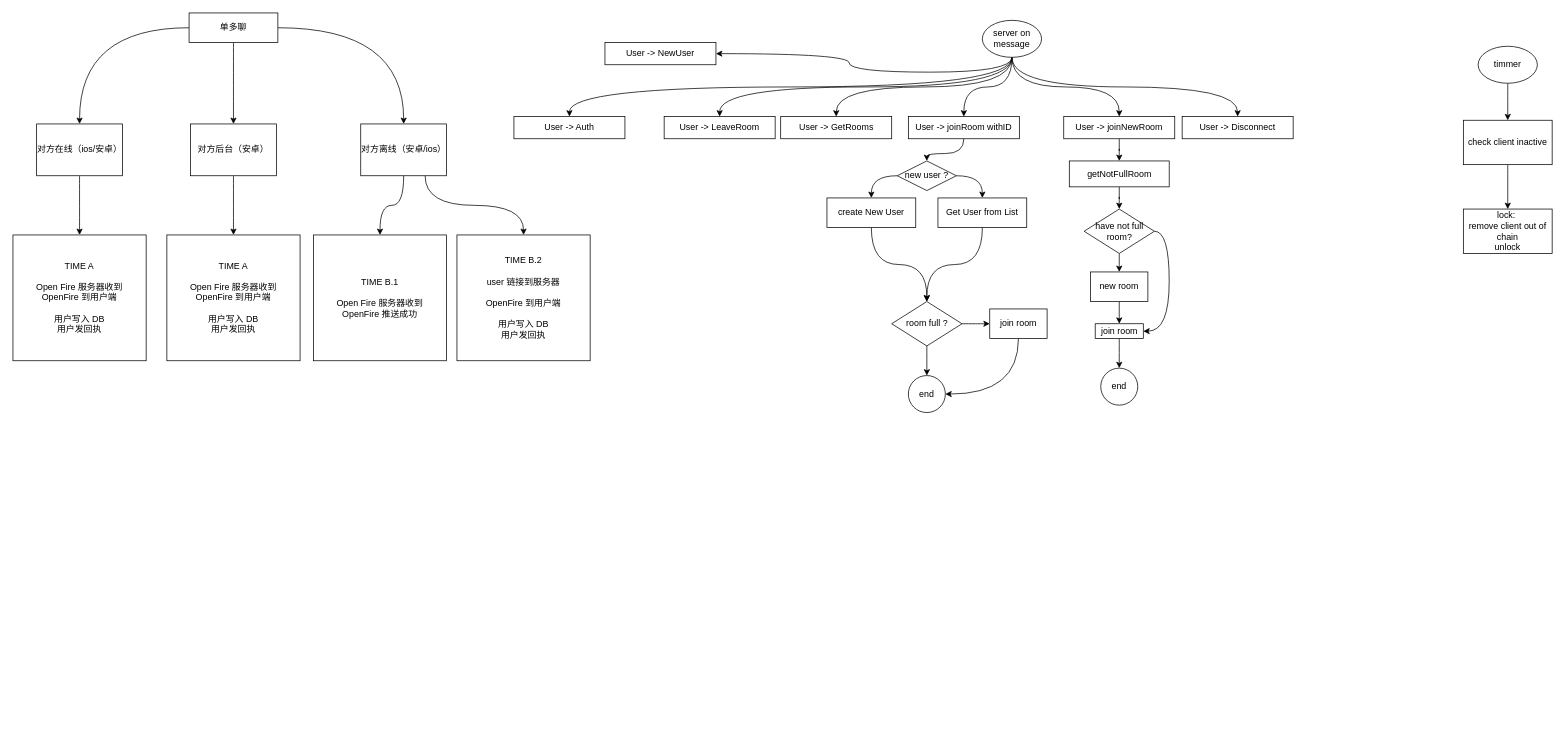
peterSZW/AroundUsServer keeps this draw.io diagram as ServerMeeting.drawio. Above is the earlier version. Source tidied: cells renumbered, new cells numbered last; positions are measured from the earlier drawing's top-left corner, leaving out a move shared by most shapes. Both pictures are drawn from the tidied source at 74%, with x=0, y=0 at pixel (13, 13).
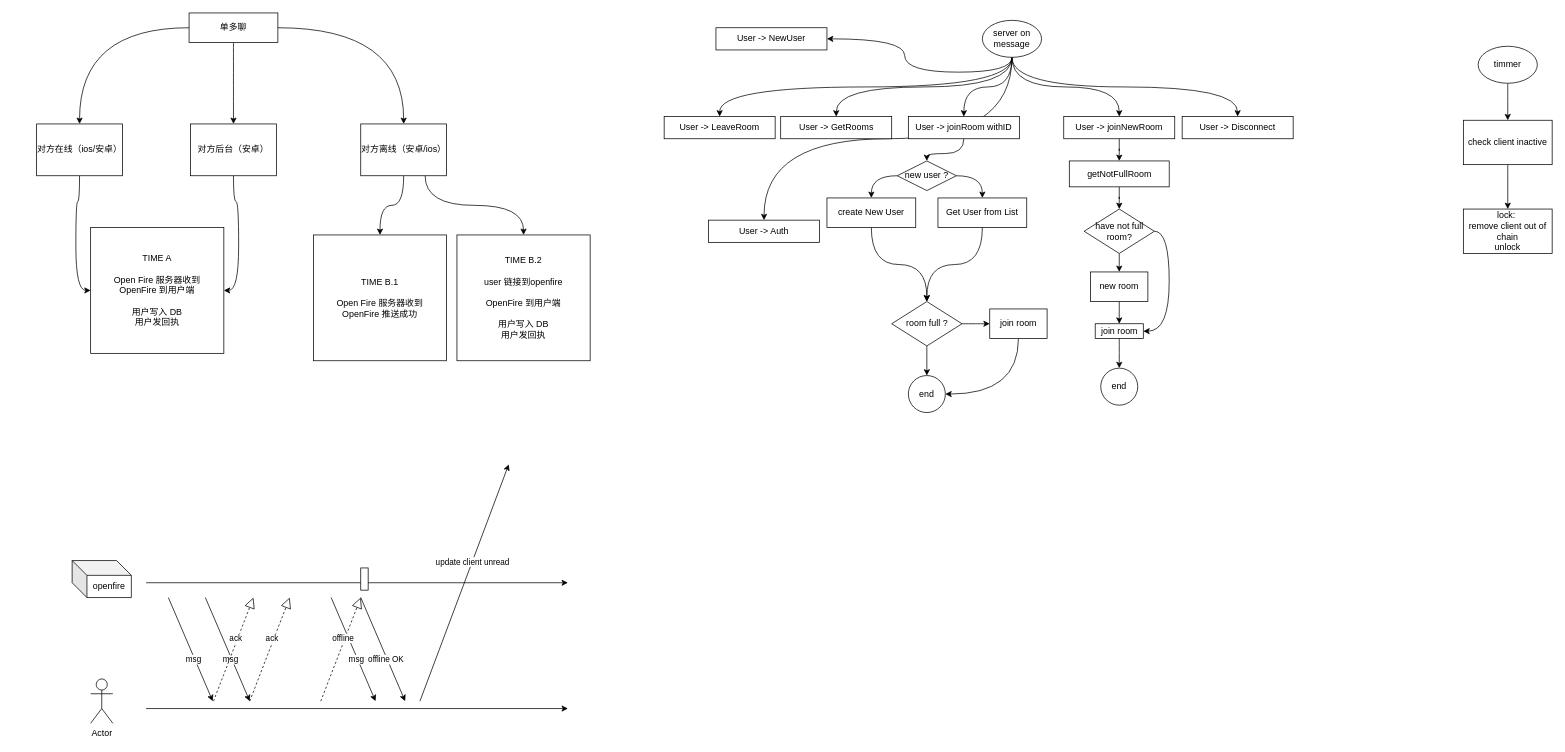
The same diagram, later.

Unchanged cells that the change refers to:
```xml
<mxCell id="22" value="对方在线（ios/安卓）" style="whiteSpace=wrap;html=1;shadow=0;strokeWidth=1;glass=0;" parent="1" vertex="1">
  <mxGeometry x="32" y="150" width="116" height="70" as="geometry" />
</mxCell>
<mxCell id="24" value="对方后台（安卓）" style="whiteSpace=wrap;html=1;shadow=0;strokeWidth=1;glass=0;" parent="1" vertex="1">
  <mxGeometry x="240" y="150" width="116" height="70" as="geometry" />
</mxCell>
```

Diff of the diagram source:
```diff
@@
-    <mxCell id="21" style="edgeStyle=orthogonalEdgeStyle;jettySize=auto;html=1;curved=1;" parent="1" edge="1" source="22" target="28">
+    <mxCell id="21" style="edgeStyle=orthogonalEdgeStyle;jettySize=auto;html=1;curved=1;entryX=0;entryY=0.5;entryDx=0;entryDy=0;" parent="1" edge="1" source="22" target="29">
       <mxGeometry relative="1" as="geometry" />
     </mxCell>
@@
-    <mxCell id="23" style="edgeStyle=orthogonalEdgeStyle;jettySize=auto;html=1;exitX=0.5;exitY=1;exitDx=0;exitDy=0;curved=1;" parent="1" edge="1" source="24" target="29">
+    <mxCell id="23" style="edgeStyle=orthogonalEdgeStyle;jettySize=auto;html=1;exitX=0.5;exitY=1;exitDx=0;exitDy=0;curved=1;entryX=1;entryY=0.5;entryDx=0;entryDy=0;" parent="1" edge="1" source="24" target="29">
       <mxGeometry relative="1" as="geometry" />
     </mxCell>
@@
-    <mxCell id="28" value="TIME A&lt;br&gt;&lt;br&gt;Open Fire&amp;nbsp;服务器收到&lt;br&gt;OpenFire 到用户端&lt;br&gt;&lt;br&gt;用户写入 DB &lt;br&gt;用户发回执" style="whiteSpace=wrap;html=1;shadow=0;strokeWidth=1;glass=0;" parent="1" vertex="1">
-      <mxGeometry y="300" width="180" height="170" as="geometry" />
-    </mxCell>
     <mxCell id="29" value="TIME A&lt;br&gt;&lt;br&gt;Open Fire&amp;nbsp;服务器收到&lt;br&gt;OpenFire 到用户端&lt;br&gt;&lt;br&gt;用户写入 DB &lt;br&gt;用户发回执" style="whiteSpace=wrap;html=1;shadow=0;strokeWidth=1;glass=0;" parent="1" vertex="1">
-      <mxGeometry x="208" y="300" width="180" height="170" as="geometry" />
+      <mxGeometry x="105" y="290" width="180" height="170" as="geometry" />
     </mxCell>
@@
-    <mxCell id="31" value="TIME B.2&lt;br&gt;&lt;br&gt;user 链接到服务器&lt;br&gt;&lt;br&gt;OpenFire 到用户端&lt;br&gt;&lt;br&gt;用户写入 DB&lt;br&gt;用户发回执" style="whiteSpace=wrap;html=1;shadow=0;strokeWidth=1;glass=0;" parent="1" vertex="1">
+    <mxCell id="31" value="TIME B.2&lt;br&gt;&lt;br&gt;user 链接到openfire&lt;br&gt;&lt;br&gt;OpenFire 到用户端&lt;br&gt;&lt;br&gt;用户写入 DB&lt;br&gt;用户发回执" style="whiteSpace=wrap;html=1;shadow=0;strokeWidth=1;glass=0;" parent="1" vertex="1">
       <mxGeometry x="600" y="300" width="180" height="170" as="geometry" />
     </mxCell>
@@
     <mxCell id="60" value="User -&amp;gt; Auth" style="whiteSpace=wrap;html=1;shadow=0;strokeWidth=1;glass=0;" parent="1" vertex="1">
-      <mxGeometry x="677" y="140" width="150" height="30" as="geometry" />
+      <mxGeometry x="940" y="280" width="150" height="30" as="geometry" />
     </mxCell>
+    <mxCell id="62" style="endArrow=classic;html=1;rounded=0;edgeStyle=orthogonalEdgeStyle;" parent="1" edge="1">
+      <mxGeometry relative="1" as="geometry">
+        <mxPoint x="180" y="770" as="sourcePoint" />
+        <mxPoint x="750" y="770" as="targetPoint" />
+      </mxGeometry>
+    </mxCell>
     <mxCell id="61" value="User -&amp;gt; NewUser" style="whiteSpace=wrap;html=1;shadow=0;strokeWidth=1;glass=0;" parent="1" vertex="1">
-      <mxGeometry x="800" y="40" width="150" height="30" as="geometry" />
+      <mxGeometry x="950" y="20" width="150" height="30" as="geometry" />
     </mxCell>
+    <mxCell id="63" style="endArrow=classic;html=1;rounded=0;edgeStyle=orthogonalEdgeStyle;" parent="1" edge="1">
+      <mxGeometry relative="1" as="geometry">
+        <mxPoint x="180" y="940" as="sourcePoint" />
+        <mxPoint x="750" y="940" as="targetPoint" />
+      </mxGeometry>
+    </mxCell>
+    <mxCell id="64" value="Actor" style="shape=umlActor;verticalLabelPosition=bottom;verticalAlign=top;html=1;" parent="1" vertex="1">
+      <mxGeometry x="105" y="900" width="30" height="60" as="geometry" />
+    </mxCell>
+    <mxCell id="65" value="openfire" style="shape=cube;whiteSpace=wrap;html=1;boundedLbl=1;backgroundOutline=1;darkOpacity=0.05;darkOpacity2=0.1;" parent="1" vertex="1">
+      <mxGeometry x="80" y="740" width="80" height="50" as="geometry" />
+    </mxCell>
+    <mxCell id="66" style="endArrow=classic;html=1;rounded=0;" parent="1" edge="1">
+      <mxGeometry relative="1" as="geometry">
+        <mxPoint x="210" y="790" as="sourcePoint" />
+        <mxPoint x="270" y="930" as="targetPoint" />
+      </mxGeometry>
+    </mxCell>
+    <mxCell id="67" value="msg" style="edgeLabel;html=1;align=center;verticalAlign=middle;" parent="66" vertex="1">
+      <mxGeometry x="0.18" y="-1" relative="1" as="geometry">
+        <mxPoint x="-1" as="offset" />
+      </mxGeometry>
+    </mxCell>
+    <mxCell id="68" style="endArrow=classic;html=1;rounded=0;" parent="1" edge="1">
+      <mxGeometry relative="1" as="geometry">
+        <mxPoint x="260" y="790" as="sourcePoint" />
+        <mxPoint x="320" y="930" as="targetPoint" />
+      </mxGeometry>
+    </mxCell>
+    <mxCell id="69" value="msg" style="edgeLabel;html=1;align=center;verticalAlign=middle;" parent="68" vertex="1">
+      <mxGeometry x="0.18" y="-1" relative="1" as="geometry">
+        <mxPoint x="-1" as="offset" />
+      </mxGeometry>
+    </mxCell>
+    <mxCell id="70" style="endArrow=block;dashed=1;endFill=0;endSize=12;html=1;rounded=0;" parent="1" edge="1">
+      <mxGeometry relative="1" as="geometry">
+        <mxPoint x="271" y="930" as="sourcePoint" />
+        <mxPoint x="325" y="790" as="targetPoint" />
+      </mxGeometry>
+    </mxCell>
+    <mxCell id="71" value="ack" style="edgeLabel;html=1;align=center;verticalAlign=middle;" parent="70" vertex="1">
+      <mxGeometry x="0.2" y="3" relative="1" as="geometry" />
+    </mxCell>
+    <mxCell id="72" style="endArrow=block;dashed=1;endFill=0;endSize=12;html=1;rounded=0;" parent="1" edge="1">
+      <mxGeometry relative="1" as="geometry">
+        <mxPoint x="320" y="930" as="sourcePoint" />
+        <mxPoint x="374" y="790" as="targetPoint" />
+      </mxGeometry>
+    </mxCell>
+    <mxCell id="73" value="ack" style="edgeLabel;html=1;align=center;verticalAlign=middle;" parent="72" vertex="1">
+      <mxGeometry x="0.2" y="3" relative="1" as="geometry" />
+    </mxCell>
+    <mxCell id="74" style="endArrow=classic;html=1;rounded=0;" parent="1" edge="1">
+      <mxGeometry relative="1" as="geometry">
+        <mxPoint x="430" y="790" as="sourcePoint" />
+        <mxPoint x="490" y="930" as="targetPoint" />
+      </mxGeometry>
+    </mxCell>
+    <mxCell id="75" value="msg" style="edgeLabel;html=1;align=center;verticalAlign=middle;" parent="74" vertex="1">
+      <mxGeometry x="0.18" y="-1" relative="1" as="geometry">
+        <mxPoint x="-1" as="offset" />
+      </mxGeometry>
+    </mxCell>
+    <mxCell id="76" style="endArrow=block;dashed=1;endFill=0;endSize=12;html=1;rounded=0;" parent="1" edge="1">
+      <mxGeometry relative="1" as="geometry">
+        <mxPoint x="416" y="930" as="sourcePoint" />
+        <mxPoint x="470" y="790" as="targetPoint" />
+      </mxGeometry>
+    </mxCell>
+    <mxCell id="77" value="offline" style="edgeLabel;html=1;align=center;verticalAlign=middle;" parent="76" vertex="1">
+      <mxGeometry x="0.2" y="3" relative="1" as="geometry" />
+    </mxCell>
+    <mxCell id="78" style="endArrow=classic;html=1;rounded=0;" parent="1" edge="1">
+      <mxGeometry relative="1" as="geometry">
+        <mxPoint x="470" y="790" as="sourcePoint" />
+        <mxPoint x="530" y="930" as="targetPoint" />
+      </mxGeometry>
+    </mxCell>
+    <mxCell id="79" value="offline OK" style="edgeLabel;html=1;align=center;verticalAlign=middle;" parent="78" vertex="1">
+      <mxGeometry x="0.18" y="-1" relative="1" as="geometry">
+        <mxPoint x="-1" as="offset" />
+      </mxGeometry>
+    </mxCell>
+    <mxCell id="80" style="endArrow=classic;html=1;rounded=0;" parent="1" edge="1">
+      <mxGeometry relative="1" as="geometry">
+        <mxPoint x="550" y="930" as="sourcePoint" />
+        <mxPoint x="670" y="610" as="targetPoint" />
+      </mxGeometry>
+    </mxCell>
+    <mxCell id="81" value="update client unread" style="edgeLabel;html=1;align=center;verticalAlign=middle;" parent="80" vertex="1">
+      <mxGeometry x="0.18" y="-1" relative="1" as="geometry">
+        <mxPoint x="-1" as="offset" />
+      </mxGeometry>
+    </mxCell>
+    <mxCell id="82" style="html=1;perimeter=orthogonalPerimeter;" parent="1" vertex="1">
+      <mxGeometry x="470" y="750" width="10" height="30" as="geometry" />
+    </mxCell>
```
